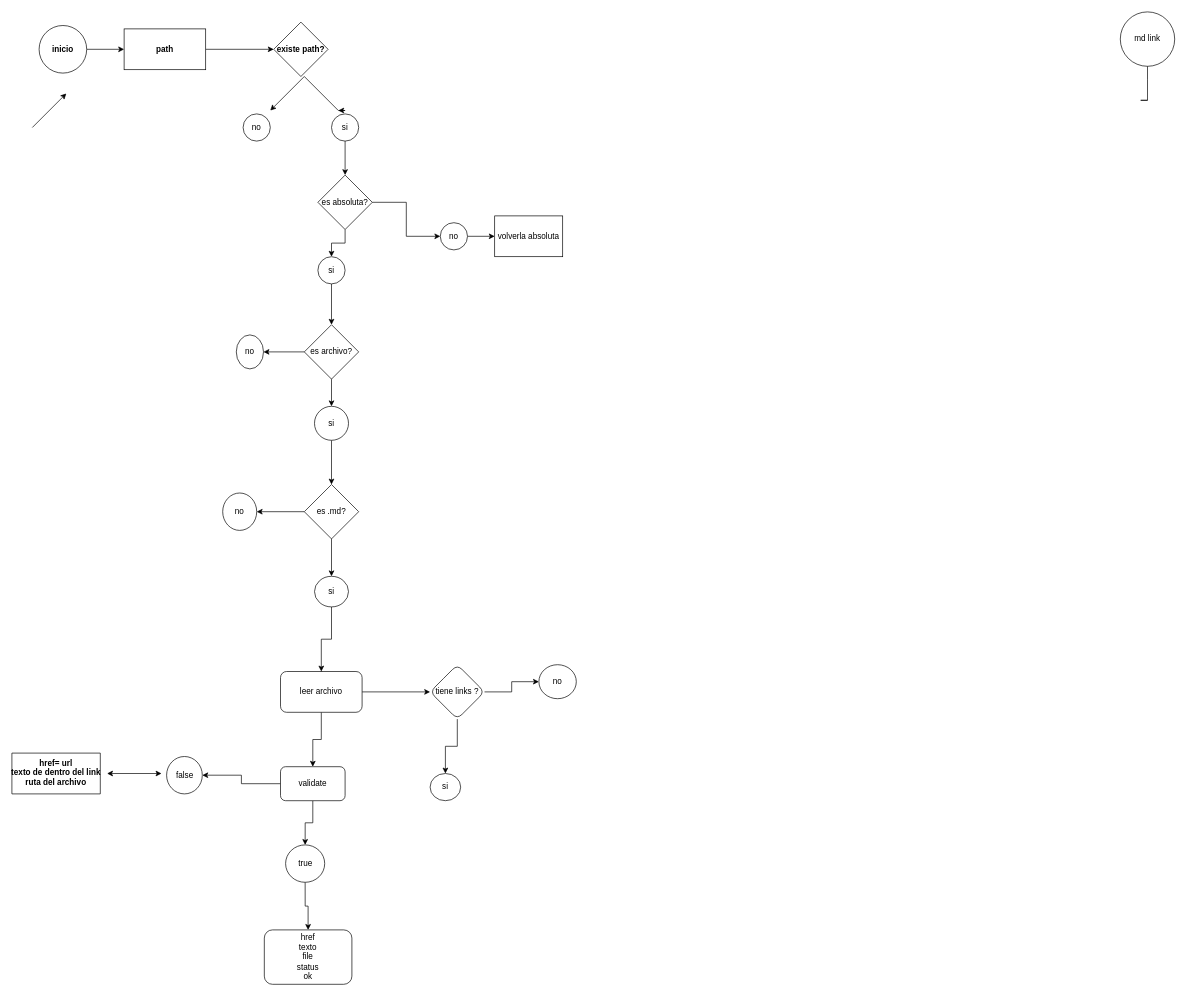
MarjorieAlonso/DEV001-md-links keeps this draw.io diagram as Diagrama sin título.drawio. Above is the earlier version. Source tidied: cells renumbered, new cells numbered last; positions are measured from the earlier drawing's top-left corner, leaving out a move shared by most shapes. Both pictures are drawn from the tidied source at 68%, with x=0, y=0 at pixel (12, 12).
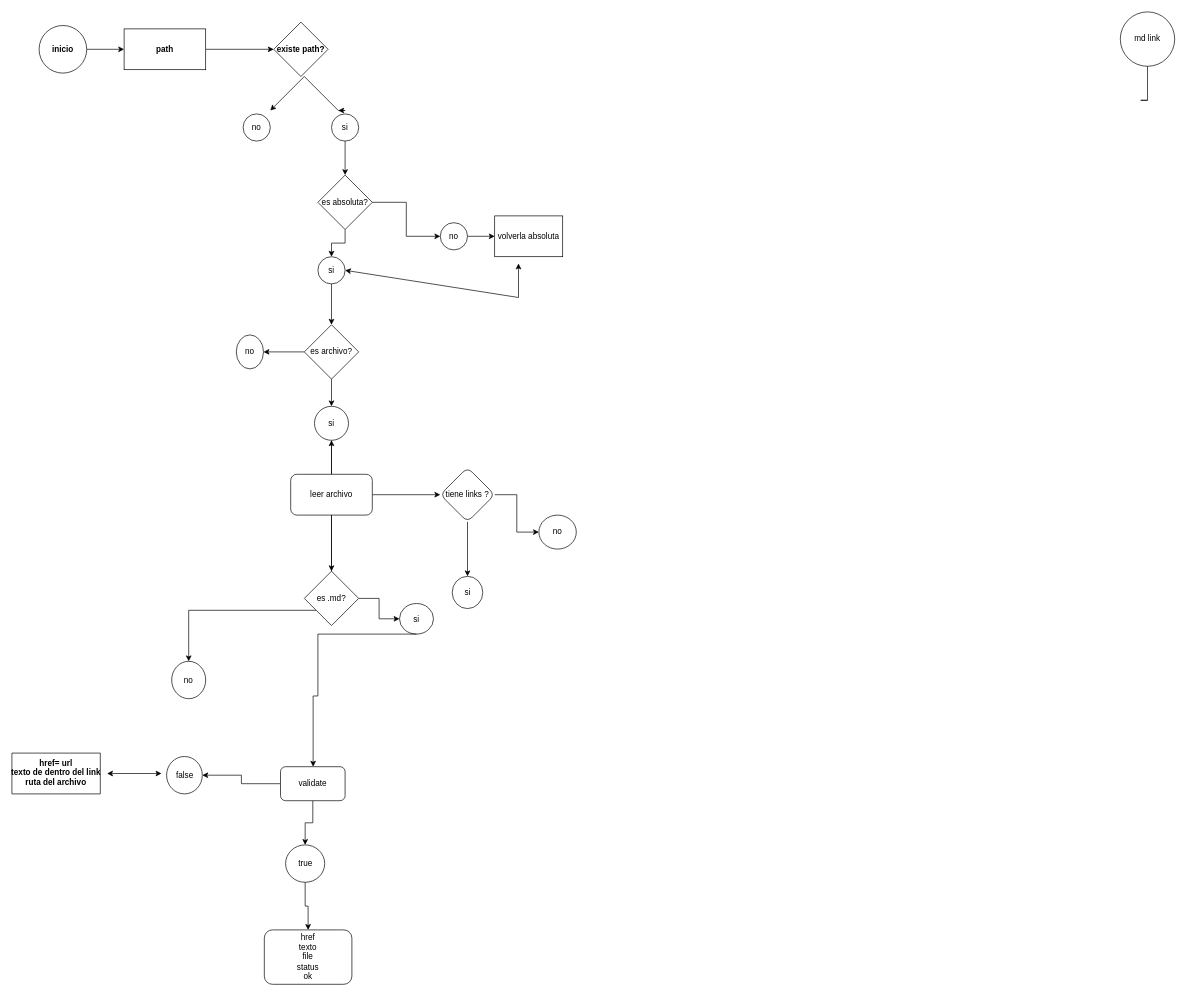
After the change.

Commit message:
Actualizar Diagrama Marjorie.drawio

Unchanged cells that the change refers to:
```xml
<mxCell id="21" value="si" style="ellipse;whiteSpace=wrap;html=1;" parent="1" vertex="1">
  <mxGeometry x="450" y="360" width="40" height="40" as="geometry" />
</mxCell>
<mxCell id="28" value="si" style="ellipse;whiteSpace=wrap;html=1;" parent="1" vertex="1">
  <mxGeometry x="445" y="580" width="50" height="50" as="geometry" />
</mxCell>
<mxCell id="41" value="validate" style="rounded=1;whiteSpace=wrap;html=1;" parent="1" vertex="1">
  <mxGeometry x="395" y="1110" width="95" height="50" as="geometry" />
</mxCell>
```

Change to the diagram source:
```diff
@@
-    <mxCell id="8" style="endArrow=classic;html=1;rounded=0;" parent="1" edge="1">
-      <mxGeometry relative="1" as="geometry">
-        <mxPoint x="30" y="170" as="sourcePoint" />
-        <mxPoint x="80" y="120" as="targetPoint" />
-      </mxGeometry>
-    </mxCell>
@@
     <mxCell id="29" style="edgeStyle=orthogonalEdgeStyle;rounded=0;jettySize=auto;html=1;" parent="1" edge="1" source="31" target="32">
-      <mxGeometry relative="1" as="geometry" />
+      <mxGeometry relative="1" as="geometry">
+        <Array as="points">
+          <mxPoint x="260" y="880" />
+        </Array>
+      </mxGeometry>
     </mxCell>
@@
-    <mxCell id="31" value="es .md?&lt;br&gt;" style="rhombus;whiteSpace=wrap;html=1;" parent="1" vertex="1">
-      <mxGeometry x="430" y="695" width="80" height="80" as="geometry" />
-    </mxCell>
     <mxCell id="32" value="no" style="ellipse;whiteSpace=wrap;html=1;" parent="1" vertex="1">
-      <mxGeometry x="310" y="707.5" width="50" height="55" as="geometry" />
+      <mxGeometry x="235" y="955" width="50" height="55" as="geometry" />
     </mxCell>
-    <mxCell id="33" style="edgeStyle=orthogonalEdgeStyle;rounded=0;jettySize=auto;html=1;" parent="1" edge="1" source="34" target="35">
+    <mxCell id="33" style="edgeStyle=orthogonalEdgeStyle;rounded=0;jettySize=auto;html=1;entryX=0.5;entryY=1;entryDx=0;entryDy=0;exitX=0.5;exitY=0;exitDx=0;exitDy=0;" parent="1" edge="1" source="38" target="28">
       <mxGeometry relative="1" as="geometry" />
     </mxCell>
     <mxCell id="34" value="si" style="ellipse;whiteSpace=wrap;html=1;" parent="1" vertex="1">
-      <mxGeometry x="445" y="830" width="50" height="45" as="geometry" />
+      <mxGeometry x="570" y="870" width="50" height="45" as="geometry" />
     </mxCell>
-    <mxCell id="35" style="rhombus;whiteSpace=wrap;html=1;" parent="1" vertex="1">
-      <mxGeometry x="420" y="970" width="70" height="42.5" as="geometry" />
-    </mxCell>
-    <mxCell id="36" style="edgeStyle=orthogonalEdgeStyle;rounded=0;jettySize=auto;html=1;" parent="1" edge="1" source="38" target="41">
-      <mxGeometry relative="1" as="geometry" />
+    <mxCell id="36" style="edgeStyle=orthogonalEdgeStyle;rounded=0;jettySize=auto;html=1;startArrow=none;exitX=0.5;exitY=1;exitDx=0;exitDy=0;" parent="1" edge="1" source="34" target="41">
+      <mxGeometry relative="1" as="geometry">
+        <Array as="points">
+          <mxPoint x="450" y="915" />
+          <mxPoint x="450" y="1006" />
+          <mxPoint x="443" y="1006" />
+        </Array>
+      </mxGeometry>
     </mxCell>
@@
     <mxCell id="38" value="leer archivo" style="rounded=1;whiteSpace=wrap;html=1;" parent="1" vertex="1">
-      <mxGeometry x="395" y="970" width="120" height="60" as="geometry" />
+      <mxGeometry x="410" y="680" width="120" height="60" as="geometry" />
     </mxCell>
@@
     <mxCell id="44" value="tiene links ?" style="rhombus;whiteSpace=wrap;html=1;rounded=1;" parent="1" vertex="1">
-      <mxGeometry x="615" y="960" width="80" height="80" as="geometry" />
+      <mxGeometry x="630" y="670" width="80" height="80" as="geometry" />
     </mxCell>
     <mxCell id="45" value="no" style="ellipse;whiteSpace=wrap;html=1;rounded=1;" parent="1" vertex="1">
-      <mxGeometry x="775" y="960" width="55" height="50" as="geometry" />
+      <mxGeometry x="775" y="740" width="55" height="50" as="geometry" />
     </mxCell>
     <mxCell id="46" value="si" style="ellipse;whiteSpace=wrap;html=1;rounded=1;" parent="1" vertex="1">
-      <mxGeometry x="615" y="1120" width="45" height="40" as="geometry" />
+      <mxGeometry x="647.5" y="830" width="45" height="47.5" as="geometry" />
     </mxCell>
@@
+    <mxCell id="53" style="endArrow=classic;startArrow=classic;html=1;rounded=0;exitX=1;exitY=0.5;exitDx=0;exitDy=0;" parent="1" edge="1" source="21">
+      <mxGeometry relative="1" as="geometry">
+        <mxPoint x="745" y="370" as="targetPoint" />
+        <Array as="points">
+          <mxPoint x="745" y="420" />
+        </Array>
+      </mxGeometry>
+    </mxCell>
+    <mxCell id="54" style="edgeStyle=orthogonalEdgeStyle;rounded=0;jettySize=auto;html=1;endArrow=none;" parent="1" edge="1" source="38" target="31">
+      <mxGeometry relative="1" as="geometry" />
+    </mxCell>
+    <mxCell id="31" value="es .md?&lt;br&gt;" style="rhombus;whiteSpace=wrap;html=1;" parent="1" vertex="1">
+      <mxGeometry x="430" y="822.5" width="80" height="80" as="geometry" />
+    </mxCell>
```
